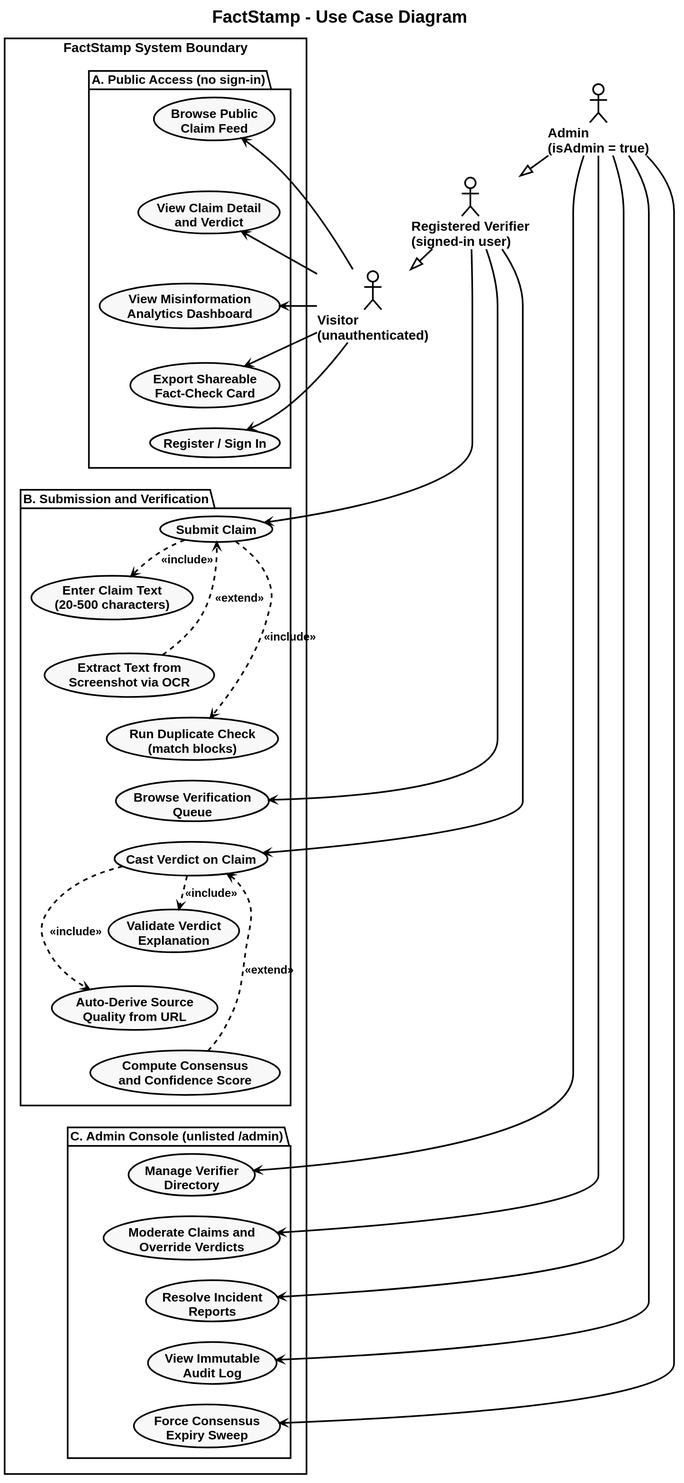
The PlantUML diagram FactStamp/main_blackbook/03_Requirements_and_Analysis/attachments/use_case_diagram.svg in aadish0day/typst, before a commit. The source it was exported from:
```plantuml
@startuml
skinparam style strictuml
skinparam monochrome true
skinparam defaultFontName "Liberation Sans"
skinparam defaultFontSize 20
skinparam defaultFontStyle bold
skinparam titleFontSize 26
skinparam titleFontStyle bold

skinparam backgroundColor white
skinparam ArrowColor black
skinparam ArrowThickness 2.5
skinparam ArrowFontSize 17
skinparam ArrowFontStyle bold

skinparam UsecaseBorderColor black
skinparam UsecaseBorderThickness 2.5
skinparam UsecaseBackgroundColor #F8F9FA
skinparam UsecaseFontSize 19
skinparam UsecaseFontStyle bold

skinparam ActorBorderColor black
skinparam ActorBorderThickness 2.5
skinparam ActorBackgroundColor #FFFFFF
skinparam ActorFontSize 20
skinparam ActorFontStyle bold

skinparam RectangleBorderColor black
skinparam RectangleBorderThickness 2.5
skinparam RectangleBackgroundColor transparent
skinparam RectangleFontSize 20
skinparam RectangleFontStyle bold

title FactStamp - Use Case Diagram

skinparam nodesep 18
skinparam ranksep 30
skinparam PackageBorderColor black
skinparam PackageBorderThickness 2.5
skinparam PackageFontSize 19
skinparam PackageFontStyle bold

actor "Visitor\n(unauthenticated)" as Visitor
actor "Registered Verifier\n(signed-in user)" as Verifier
actor "Admin\n(isAdmin = true)" as Admin

Verifier --|> Visitor
Admin --|> Verifier

rectangle "FactStamp System Boundary" {

  package "A. Public Access (no sign-in)" {
    usecase "Browse Public\nClaim Feed" as UC1
    usecase "View Claim Detail\nand Verdict" as UC2
    usecase "View Misinformation\nAnalytics Dashboard" as UC3
    usecase "Export Shareable\nFact-Check Card" as UC4
    usecase "Register / Sign In" as UC5
  }

  package "B. Submission and Verification" {
    usecase "Submit Claim" as UC6
    usecase "Enter Claim Text\n(20-500 characters)" as UC7
    usecase "Extract Text from\nScreenshot via OCR" as UC8
    usecase "Run Duplicate Check\n(match blocks)" as UC9
    usecase "Browse Verification\nQueue" as UC10
    usecase "Cast Verdict on Claim" as UC11
    usecase "Validate Verdict\nExplanation" as UC12
    usecase "Auto-Derive Source\nQuality from URL" as UC13
    usecase "Compute Consensus\nand Confidence Score" as UC14
  }

  package "C. Admin Console (unlisted /admin)" {
    usecase "Manage Verifier\nDirectory" as UC15
    usecase "Moderate Claims and\nOverride Verdicts" as UC16
    usecase "Resolve Incident\nReports" as UC17
    usecase "View Immutable\nAudit Log" as UC18
    usecase "Force Consensus\nExpiry Sweep" as UC19
  }
}

UC1 -[hidden]down- UC2
UC2 -[hidden]down- UC3
UC3 -[hidden]down- UC4
UC4 -[hidden]down- UC5
UC5 -[hidden]down- UC6
UC6 -[hidden]down- UC7
UC7 -[hidden]down- UC8
UC8 -[hidden]down- UC9
UC9 -[hidden]down- UC10
UC10 -[hidden]down- UC11
UC11 -[hidden]down- UC12
UC12 -[hidden]down- UC13
UC13 -[hidden]down- UC14
UC14 -[hidden]down- UC15
UC15 -[hidden]down- UC16
UC16 -[hidden]down- UC17
UC17 -[hidden]down- UC18
UC18 -[hidden]down- UC19

UC5 -[hidden]down- Verifier
UC14 -[hidden]down- Admin

Visitor --> UC1
Visitor --> UC2
Visitor --> UC3
Visitor --> UC4
Visitor --> UC5

Verifier --> UC6
Verifier --> UC10
Verifier --> UC11

UC6 ..> UC7 : <<include>>
UC6 ..> UC9 : <<include>>
UC8 ..> UC6 : <<extend>>
UC11 ..> UC12 : <<include>>
UC11 ..> UC13 : <<include>>
UC14 ..> UC11 : <<extend>>

Admin --> UC15
Admin --> UC16
Admin --> UC17
Admin --> UC18
Admin --> UC19
@enduml
```
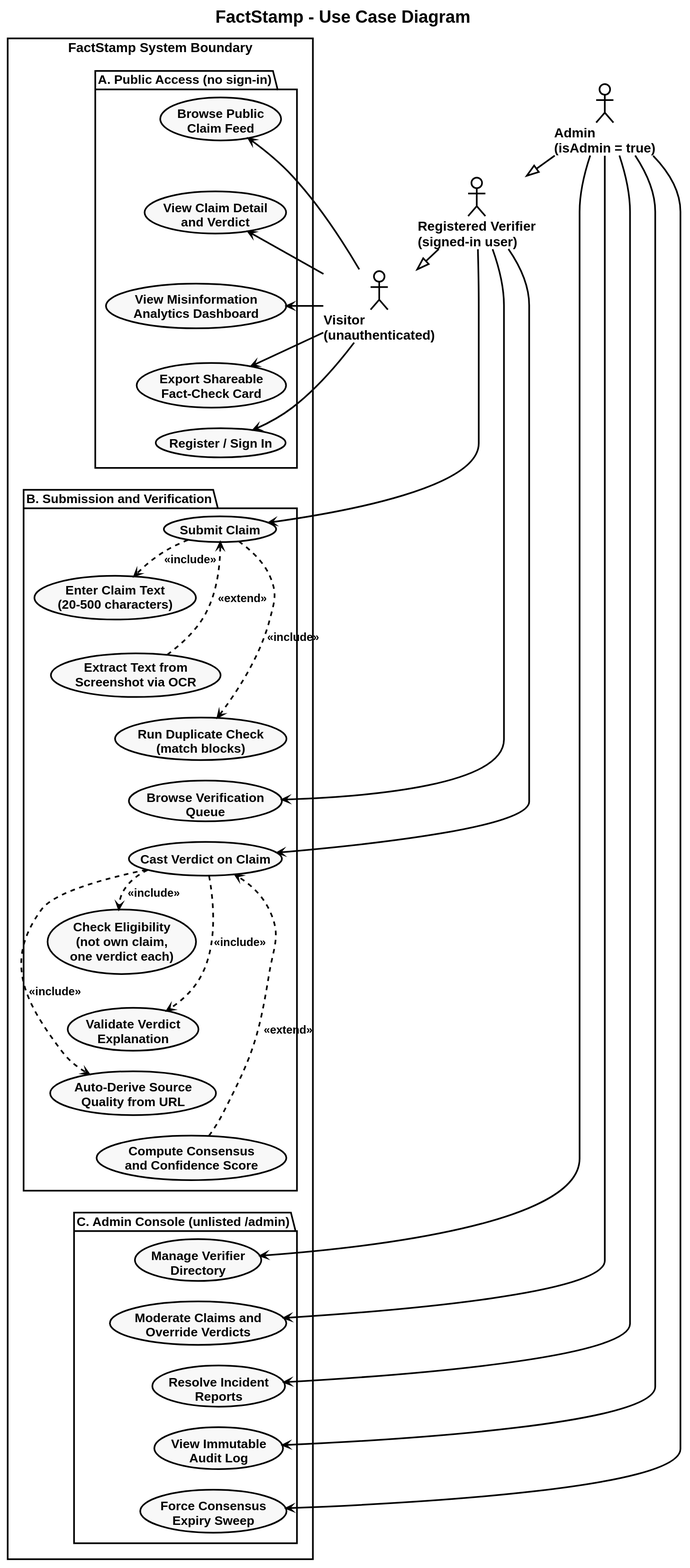
After the change.

Change to the diagram source:
```diff
@@ -64,6 +64,7 @@
     usecase "Run Duplicate Check\n(match blocks)" as UC9
     usecase "Browse Verification\nQueue" as UC10
     usecase "Cast Verdict on Claim" as UC11
+    usecase "Check Eligibility\n(not own claim,\none verdict each)" as UC11E
     usecase "Validate Verdict\nExplanation" as UC12
     usecase "Auto-Derive Source\nQuality from URL" as UC13
     usecase "Compute Consensus\nand Confidence Score" as UC14
@@ -88,7 +89,8 @@
 UC8 -[hidden]down- UC9
 UC9 -[hidden]down- UC10
 UC10 -[hidden]down- UC11
-UC11 -[hidden]down- UC12
+UC11 -[hidden]down- UC11E
+UC11E -[hidden]down- UC12
 UC12 -[hidden]down- UC13
 UC13 -[hidden]down- UC14
 UC14 -[hidden]down- UC15
@@ -113,6 +115,7 @@
 UC6 ..> UC7 : <<include>>
 UC6 ..> UC9 : <<include>>
 UC8 ..> UC6 : <<extend>>
+UC11 ..> UC11E : <<include>>
 UC11 ..> UC12 : <<include>>
 UC11 ..> UC13 : <<include>>
 UC14 ..> UC11 : <<extend>>
```
